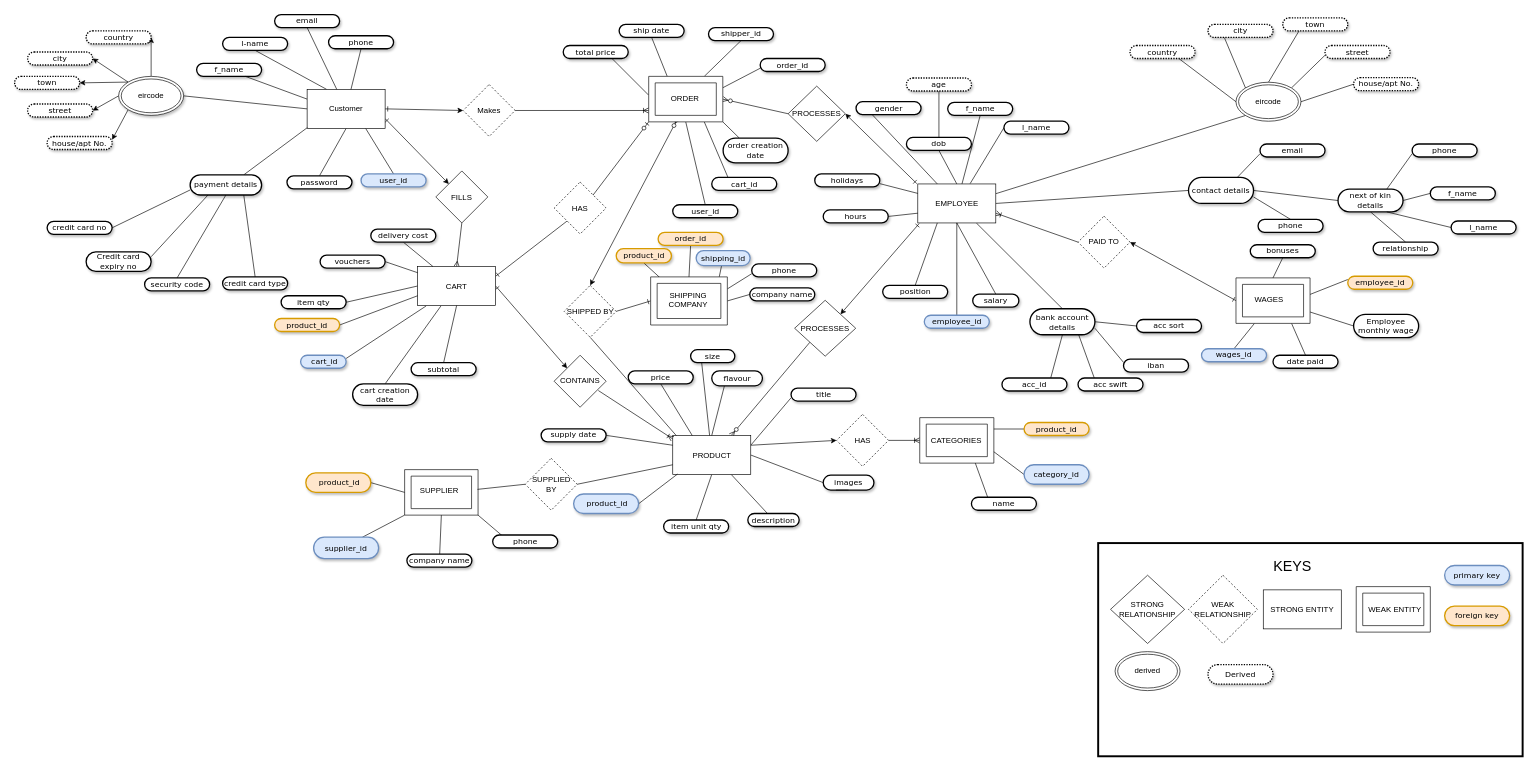
The draw.io diagram Database.drawio in GearoidDC/Automate_the_Boring_Stuff_Examples, before the edit. Source tidied: cells renumbered, new cells numbered last; positions are measured from the earlier drawing's top-left corner, leaving out a move shared by most shapes. Both pictures are drawn from the tidied source at 65%, with x=0, y=0 at pixel (14, 14).
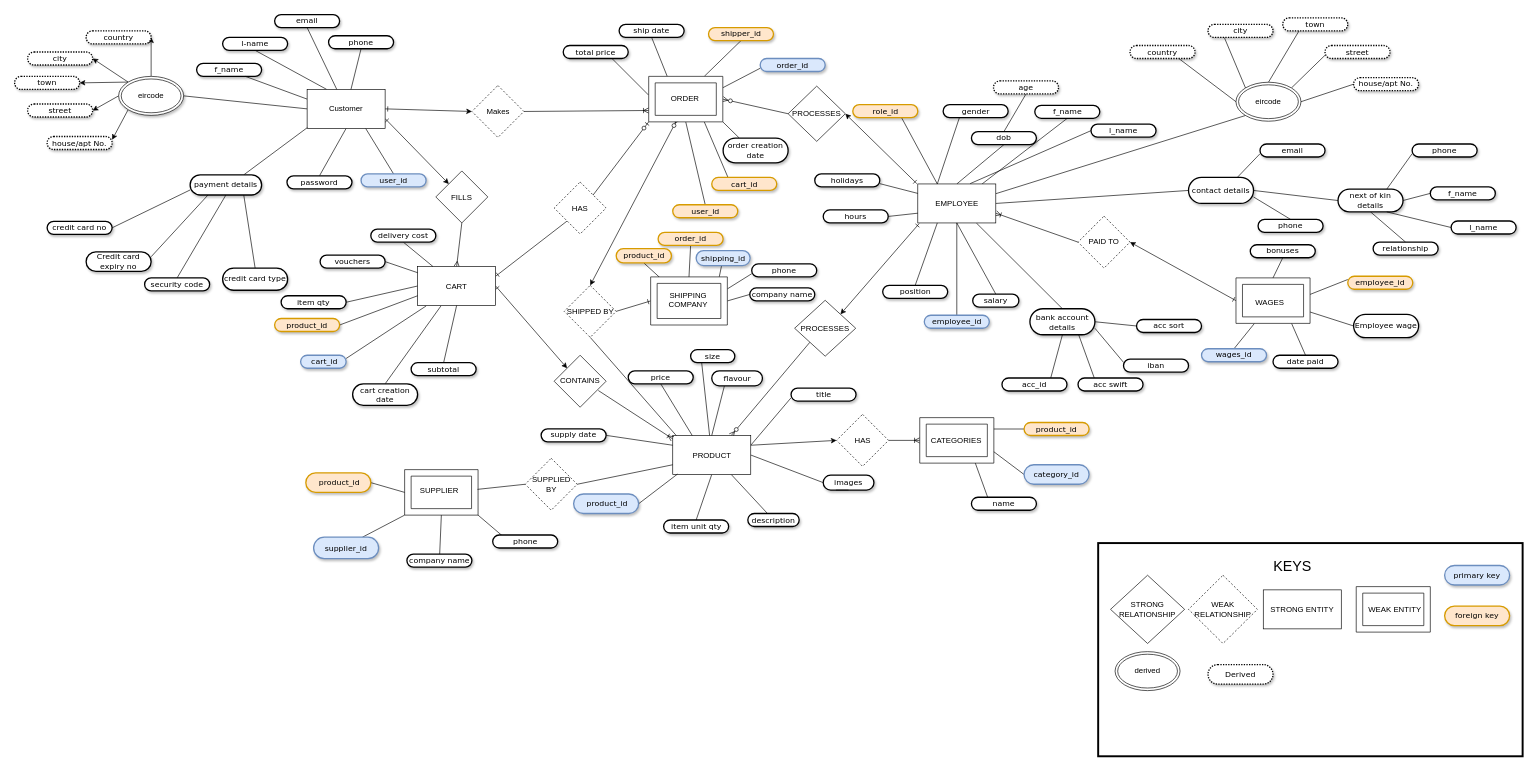
The same diagram, later.

Unchanged cells that the change refers to:
```xml
<mxCell id="151" value="EMPLOYEE" style="rounded=0;whiteSpace=wrap;html=1;" parent="1" vertex="1">
  <mxGeometry x="1389.5" y="260.5" width="120" height="60" as="geometry" />
</mxCell>
```

What changed in the source:
```diff
@@
-    <mxCell id="9" value="&lt;span&gt;shipper_id&lt;/span&gt;" style="whiteSpace=wrap;html=1;rounded=1;shadow=1;comic=0;labelBackgroundColor=none;strokeColor=#000000;strokeWidth=2;fillColor=#FFFFFF;fontFamily=Verdana;fontSize=12;fontColor=#000000;align=center;arcSize=50;" parent="1" vertex="1">
+    <mxCell id="9" value="&lt;span&gt;shipper_id&lt;/span&gt;" style="whiteSpace=wrap;html=1;rounded=1;shadow=1;comic=0;labelBackgroundColor=none;strokeColor=#d79b00;strokeWidth=2;fillColor=#ffe6cc;fontFamily=Verdana;fontSize=12;align=center;arcSize=50;" parent="1" vertex="1">
       <mxGeometry x="1067.5" y="20" width="100" height="20" as="geometry" />
     </mxCell>
@@
-    <mxCell id="11" value="&lt;span&gt;cart_id&lt;/span&gt;" style="whiteSpace=wrap;html=1;rounded=1;shadow=1;comic=0;labelBackgroundColor=none;strokeColor=#000000;strokeWidth=2;fillColor=#FFFFFF;fontFamily=Verdana;fontSize=12;fontColor=#000000;align=center;arcSize=50;" parent="1" vertex="1">
+    <mxCell id="11" value="&lt;span&gt;cart_id&lt;/span&gt;" style="whiteSpace=wrap;html=1;rounded=1;shadow=1;comic=0;labelBackgroundColor=none;strokeColor=#d79b00;strokeWidth=2;fillColor=#ffe6cc;fontFamily=Verdana;fontSize=12;align=center;arcSize=50;" parent="1" vertex="1">
       <mxGeometry x="1072.5" y="250.5" width="100" height="20" as="geometry" />
     </mxCell>
@@
-    <mxCell id="15" value="&lt;span&gt;user_id&lt;/span&gt;" style="whiteSpace=wrap;html=1;rounded=1;shadow=1;comic=0;labelBackgroundColor=none;strokeColor=#000000;strokeWidth=2;fillColor=#FFFFFF;fontFamily=Verdana;fontSize=12;fontColor=#000000;align=center;arcSize=50;" parent="1" vertex="1">
+    <mxCell id="15" value="&lt;span&gt;user_id&lt;/span&gt;" style="whiteSpace=wrap;html=1;rounded=1;shadow=1;comic=0;labelBackgroundColor=none;strokeColor=#d79b00;strokeWidth=2;fillColor=#ffe6cc;fontFamily=Verdana;fontSize=12;align=center;arcSize=50;" parent="1" vertex="1">
       <mxGeometry x="1012.5" y="292.5" width="100" height="20" as="geometry" />
     </mxCell>
@@
-    <mxCell id="17" value="order_id" style="whiteSpace=wrap;html=1;rounded=1;shadow=1;comic=0;labelBackgroundColor=none;strokeColor=#000000;strokeWidth=2;fillColor=#FFFFFF;fontFamily=Verdana;fontSize=12;fontColor=#000000;align=center;arcSize=50;" parent="1" vertex="1">
+    <mxCell id="17" value="order_id" style="whiteSpace=wrap;html=1;rounded=1;shadow=1;comic=0;labelBackgroundColor=none;strokeColor=#6c8ebf;strokeWidth=2;fillColor=#dae8fc;fontFamily=Verdana;fontSize=12;align=center;arcSize=50;" parent="1" vertex="1">
       <mxGeometry x="1147" y="67.5" width="100" height="20" as="geometry" />
     </mxCell>
@@
     <mxCell id="42" value="&lt;span&gt;credit card type&lt;/span&gt;" style="whiteSpace=wrap;html=1;rounded=1;shadow=1;comic=0;labelBackgroundColor=none;strokeColor=#000000;strokeWidth=2;fillColor=#FFFFFF;fontFamily=Verdana;fontSize=12;fontColor=#000000;align=center;arcSize=50;" parent="1" vertex="1">
-      <mxGeometry x="320" y="403.5" width="100" height="20" as="geometry" />
+      <mxGeometry x="320" y="390" width="100" height="34" as="geometry" />
     </mxCell>
@@
     <mxCell id="56" value="&lt;span&gt;gender&lt;/span&gt;" style="whiteSpace=wrap;html=1;rounded=1;shadow=1;comic=0;labelBackgroundColor=none;strokeColor=#000000;strokeWidth=2;fillColor=#FFFFFF;fontFamily=Verdana;fontSize=12;fontColor=#000000;align=center;arcSize=50;" parent="1" vertex="1">
-      <mxGeometry x="1294.5" y="134" width="100" height="20" as="geometry" />
+      <mxGeometry x="1428.5" y="138.5" width="100" height="20" as="geometry" />
     </mxCell>
     <mxCell id="57" value="&lt;span&gt;dob&lt;/span&gt;" style="whiteSpace=wrap;html=1;rounded=1;shadow=1;comic=0;labelBackgroundColor=none;strokeColor=#000000;strokeWidth=2;fillColor=#FFFFFF;fontFamily=Verdana;fontSize=12;fontColor=#000000;align=center;arcSize=50;" parent="1" vertex="1">
-      <mxGeometry x="1372" y="189" width="100" height="20" as="geometry" />
+      <mxGeometry x="1472" y="180" width="100" height="20" as="geometry" />
     </mxCell>
     <mxCell id="58" value="&lt;span&gt;age&lt;/span&gt;" style="whiteSpace=wrap;html=1;rounded=1;shadow=1;comic=0;labelBackgroundColor=none;strokeColor=#000000;strokeWidth=2;fillColor=#FFFFFF;fontFamily=Verdana;fontSize=12;fontColor=#000000;align=center;arcSize=50;dashed=1;dashPattern=1 1;" parent="1" vertex="1">
-      <mxGeometry x="1372" y="97.5" width="100" height="20" as="geometry" />
+      <mxGeometry x="1506" y="102" width="100" height="20" as="geometry" />
     </mxCell>
@@
     <mxCell id="60" value="&lt;span&gt;f_name&lt;/span&gt;" style="whiteSpace=wrap;html=1;rounded=1;shadow=1;comic=0;labelBackgroundColor=none;strokeColor=#000000;strokeWidth=2;fillColor=#FFFFFF;fontFamily=Verdana;fontSize=12;fontColor=#000000;align=center;arcSize=50;" parent="1" vertex="1">
-      <mxGeometry x="1435.5" y="135" width="100" height="20" as="geometry" />
+      <mxGeometry x="1569.5" y="139.5" width="100" height="20" as="geometry" />
     </mxCell>
@@
     <mxCell id="62" value="l_name" style="whiteSpace=wrap;html=1;rounded=1;shadow=1;comic=0;labelBackgroundColor=none;strokeColor=#000000;strokeWidth=2;fillColor=#FFFFFF;fontFamily=Verdana;fontSize=12;fontColor=#000000;align=center;arcSize=50;" parent="1" vertex="1">
-      <mxGeometry x="1522" y="164" width="100" height="20" as="geometry" />
+      <mxGeometry x="1656" y="168.5" width="100" height="20" as="geometry" />
     </mxCell>
@@
-    <mxCell id="92" value="&lt;span&gt;Employee monthly wage&lt;/span&gt;" style="whiteSpace=wrap;html=1;rounded=1;shadow=1;comic=0;labelBackgroundColor=none;strokeColor=#000000;strokeWidth=2;fillColor=#FFFFFF;fontFamily=Verdana;fontSize=12;fontColor=#000000;align=center;arcSize=50;" parent="1" vertex="1">
+    <mxCell id="92" value="&lt;span&gt;Employee wage&lt;/span&gt;" style="whiteSpace=wrap;html=1;rounded=1;shadow=1;comic=0;labelBackgroundColor=none;strokeColor=#000000;strokeWidth=2;fillColor=#FFFFFF;fontFamily=Verdana;fontSize=12;fontColor=#000000;align=center;arcSize=50;" parent="1" vertex="1">
       <mxGeometry x="2060" y="461" width="100" height="36" as="geometry" />
     </mxCell>
@@
     <mxCell id="94" value="Makes" style="rhombus;whiteSpace=wrap;html=1;dashed=1;" parent="1" vertex="1">
-      <mxGeometry x="690" y="107.5" width="80" height="80" as="geometry" />
+      <mxGeometry x="703.5" y="109" width="80" height="80" as="geometry" />
     </mxCell>
@@
     <mxCell id="175" value="WAGES" style="text;html=1;align=left;verticalAlign=top;spacingTop=-4;" parent="1" vertex="1">
-      <mxGeometry x="1906" y="427.5" width="60" height="20" as="geometry" />
+      <mxGeometry x="1907" y="433" width="60" height="20" as="geometry" />
     </mxCell>
@@
+    <mxCell id="231" style="edgeStyle=none;rounded=0;jettySize=auto;html=1;exitX=0.75;exitY=1;exitDx=0;exitDy=0;entryX=0.25;entryY=0;entryDx=0;entryDy=0;endArrow=none;endFill=0;" parent="1" edge="1" source="232" target="151">
+      <mxGeometry relative="1" as="geometry" />
+    </mxCell>
+    <mxCell id="232" value="&lt;span&gt;role_id&lt;/span&gt;" style="whiteSpace=wrap;html=1;rounded=1;shadow=1;comic=0;labelBackgroundColor=none;strokeColor=#d79b00;strokeWidth=2;fillColor=#ffe6cc;fontFamily=Verdana;fontSize=12;align=center;arcSize=50;" parent="1" vertex="1">
+      <mxGeometry x="1289.5" y="138.5" width="100" height="20" as="geometry" />
+    </mxCell>
```
